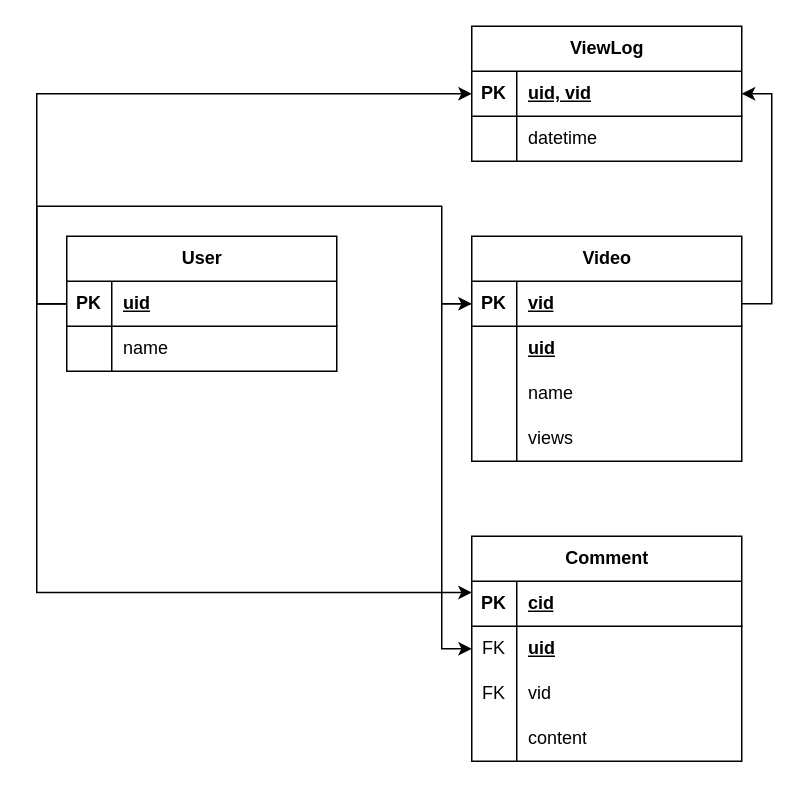
tommygood/Streaming-Platform keeps this draw.io diagram as relation_model.drawio. Above is the earlier version. Source tidied: cells renumbered, new cells numbered last; positions are measured from the earlier drawing's top-left corner, leaving out a move shared by most shapes. Both pictures are drawn from the tidied source at 150%, with x=0, y=0 at pixel (36, 26).
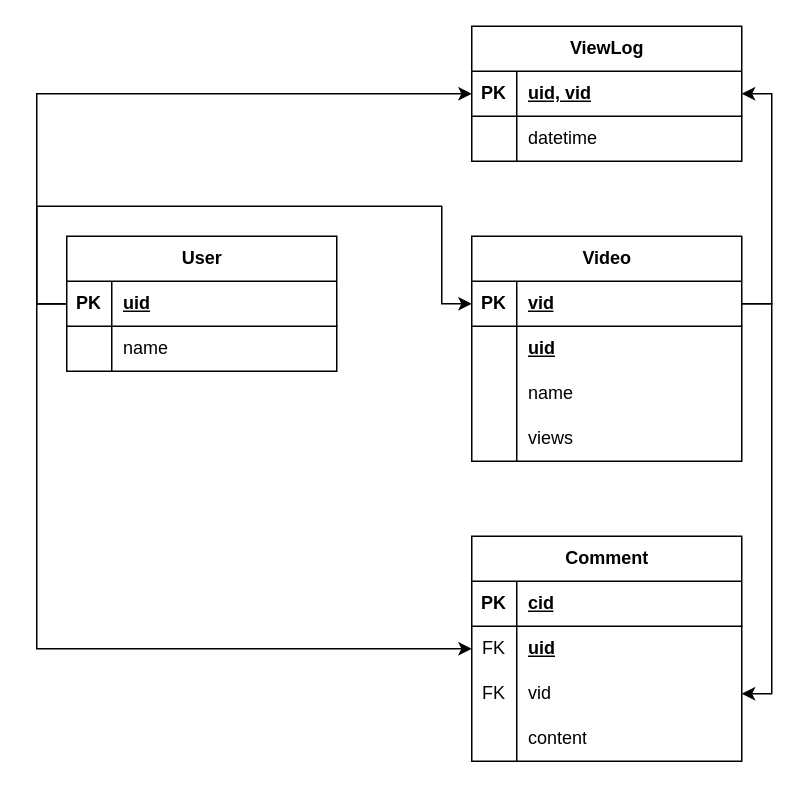
The same diagram, later.

The change refers to these unchanged cells:
```xml
<mxCell id="3" style="shape=tableRow;horizontal=0;startSize=0;swimlaneHead=0;swimlaneBody=0;fillColor=none;points=[[0,0.5],[1,0.5]];portConstraint=eastwest;top=0;left=0;right=0;bottom=1;" parent="2" vertex="1">
  <mxGeometry y="30" width="180" height="30" as="geometry" />
</mxCell>
<mxCell id="10" style="shape=tableRow;horizontal=0;startSize=0;swimlaneHead=0;swimlaneBody=0;fillColor=none;points=[[0,0.5],[1,0.5]];portConstraint=eastwest;top=0;left=0;right=0;bottom=1;" parent="9" vertex="1">
  <mxGeometry y="30" width="180" height="30" as="geometry" />
</mxCell>
<mxCell id="22" value="Comment" style="shape=table;startSize=30;childLayout=tableLayout;rowLines=0;fontStyle=1;align=center;html=1;" parent="1" vertex="1">
  <mxGeometry x="290" y="340" width="180" height="150" as="geometry" />
</mxCell>
<mxCell id="26" style="shape=tableRow;horizontal=0;startSize=0;swimlaneHead=0;swimlaneBody=0;fillColor=none;points=[[0,0.5],[1,0.5]];portConstraint=eastwest;top=0;left=0;right=0;bottom=0;" parent="22" vertex="1">
  <mxGeometry y="60" width="180" height="30" as="geometry" />
</mxCell>
<mxCell id="29" style="shape=tableRow;horizontal=0;startSize=0;swimlaneHead=0;swimlaneBody=0;fillColor=none;points=[[0,0.5],[1,0.5]];portConstraint=eastwest;top=0;left=0;right=0;bottom=0;" parent="22" vertex="1">
  <mxGeometry y="90" width="180" height="30" as="geometry" />
</mxCell>
```

The edit, as a diff of the source:
```diff
@@
-    <mxCell id="35" style="edgeStyle=orthogonalEdgeStyle;rounded=0;jettySize=auto;html=1;exitX=0;exitY=0.5;exitDx=0;exitDy=0;entryX=0;entryY=0.25;entryDx=0;entryDy=0;" parent="1" edge="1" source="3" target="22">
-      <mxGeometry relative="1" as="geometry" />
-    </mxCell>
-    <mxCell id="36" style="edgeStyle=orthogonalEdgeStyle;rounded=0;jettySize=auto;html=1;exitX=0;exitY=0.5;exitDx=0;exitDy=0;entryX=0;entryY=0.5;entryDx=0;entryDy=0;" parent="1" edge="1" source="10" target="26">
-      <mxGeometry relative="1" as="geometry" />
-    </mxCell>
@@
+    <mxCell id="47" style="edgeStyle=orthogonalEdgeStyle;rounded=0;jettySize=auto;html=1;exitX=0;exitY=0.5;exitDx=0;exitDy=0;entryX=0;entryY=0.5;entryDx=0;entryDy=0;" parent="1" edge="1" source="3" target="26">
+      <mxGeometry relative="1" as="geometry" />
+    </mxCell>
+    <mxCell id="48" style="edgeStyle=orthogonalEdgeStyle;rounded=0;jettySize=auto;html=1;exitX=1;exitY=0.5;exitDx=0;exitDy=0;entryX=1;entryY=0.5;entryDx=0;entryDy=0;" parent="1" edge="1" source="10" target="29">
+      <mxGeometry relative="1" as="geometry" />
+    </mxCell>
```
